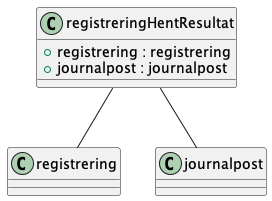
Earlier version of the PlantUML export Dokumentasjon/V1/SchemaModels/no/ks/fiks/arkiv/v1/innsyn/registrering/hent/resultat-relations.png (ks-no/fiks-arkiv-specification).
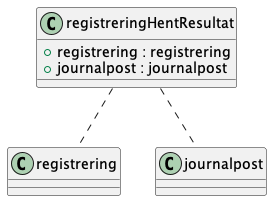
The same diagram one commit later.

The edit, as a diff of the source:
```diff
@@ -1,10 +1,7 @@
 @startuml
+!include resultat.pu
 
-class registreringHentResultat {
-    +registrering : registrering
-    +journalpost : journalpost
-}
-registreringHentResultat -- registrering
-registreringHentResultat -- journalpost
+registreringHentResultat .. registrering
+registreringHentResultat .. journalpost
 
 @enduml
```
